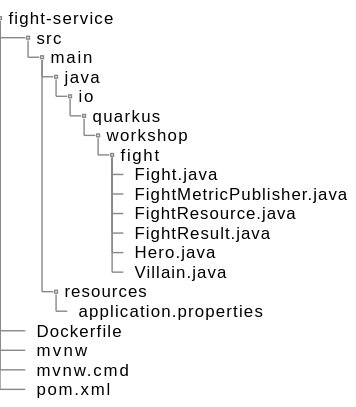
This is target/fight-directory-structure.svg from cescoffier/quarkus-openshift-workshop, a PlantUML export, as it was before one commit.
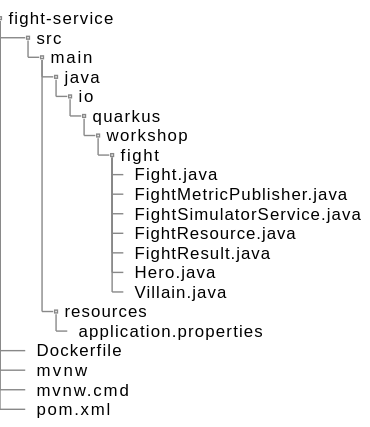
After the commit.

The edit, as a diff of the source:
```diff
@@ -12,6 +12,7 @@
 ++++++++  fight
 +++++++++  Fight.java
 +++++++++  FightMetricPublisher.java
++++++++++  FightSimulatorService.java
 +++++++++  FightResource.java
 +++++++++  FightResult.java
 +++++++++  Hero.java
```
